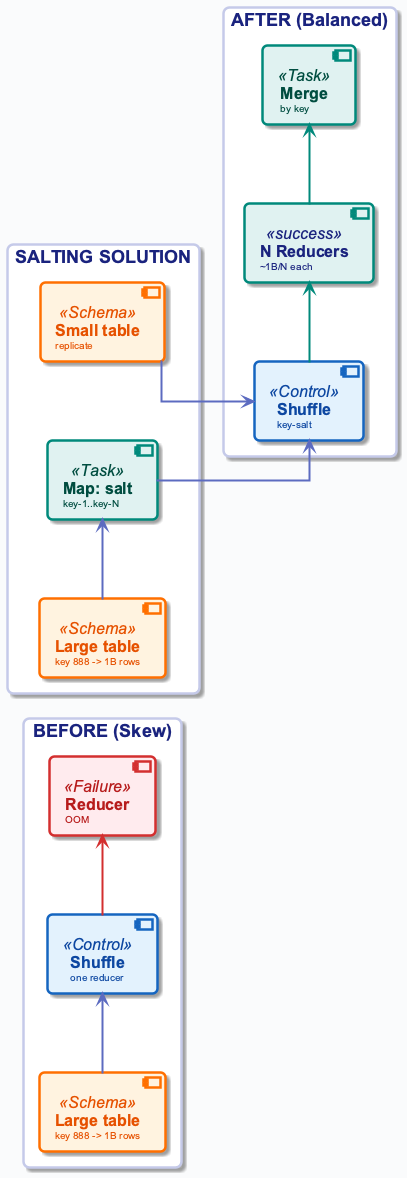
Earlier version of the PlantUML export diagrams/week03/week3_practice_slide18_skew_mitigation.png (OrPerets/data-engineering-course).
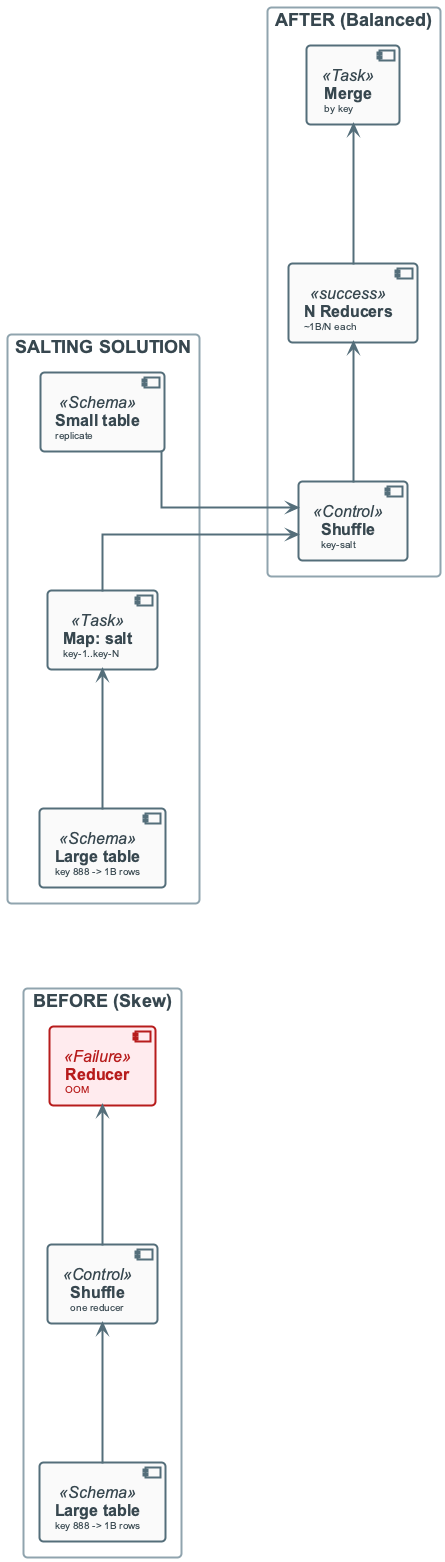
The same diagram one commit later.

Change to the diagram source:
```diff
@@ -6,26 +6,26 @@
     component "**Large table**\n<size:10>key 888 -> 1B rows</size>" as LARGE1 <<Schema>>
     component "**Shuffle**\n<size:10>one reducer</size>" as SHUFFLE1 <<Control>>
     component "**Reducer**\n<size:10>OOM</size>" as REDUCE1 <<Failure>>
-    LARGE1 -right[#5C6BC0,thickness=2]-> SHUFFLE1
-    SHUFFLE1 -right[#D32F2F,thickness=2]-> REDUCE1
+    LARGE1 -right-> SHUFFLE1
+    SHUFFLE1 -right-> REDUCE1
 }
 
 rectangle "SALTING SOLUTION" #FFFFFF {
     component "**Large table**\n<size:10>key 888 -> 1B rows</size>" as LARGE2 <<Schema>>
     component "**Map: salt**\n<size:10>key-1..key-N</size>" as SALT <<Task>>
     component "**Small table**\n<size:10>replicate</size>" as REPL <<Schema>>
-    LARGE2 -right[#5C6BC0,thickness=2]-> SALT
+    LARGE2 -right-> SALT
 }
 
 rectangle "AFTER (Balanced)" #FFFFFF {
     component "**Shuffle**\n<size:10>key-salt</size>" as SHUFFLE2 <<Control>>
     component "**N Reducers**\n<size:10>~1B/N each</size>" as REDUCE2 <<success>>
     component "**Merge**\n<size:10>by key</size>" as MERGE <<Task>>
-    SHUFFLE2 -right[#00897B,thickness=2]-> REDUCE2
-    REDUCE2 -right[#00897B,thickness=2]-> MERGE
+    SHUFFLE2 -right-> REDUCE2
+    REDUCE2 -right-> MERGE
 }
 
-SALT -down[#5C6BC0,thickness=2]-> SHUFFLE2
-REPL -down[#5C6BC0,thickness=2]-> SHUFFLE2
+SALT -down-> SHUFFLE2
+REPL -down-> SHUFFLE2
 
 @enduml
```
